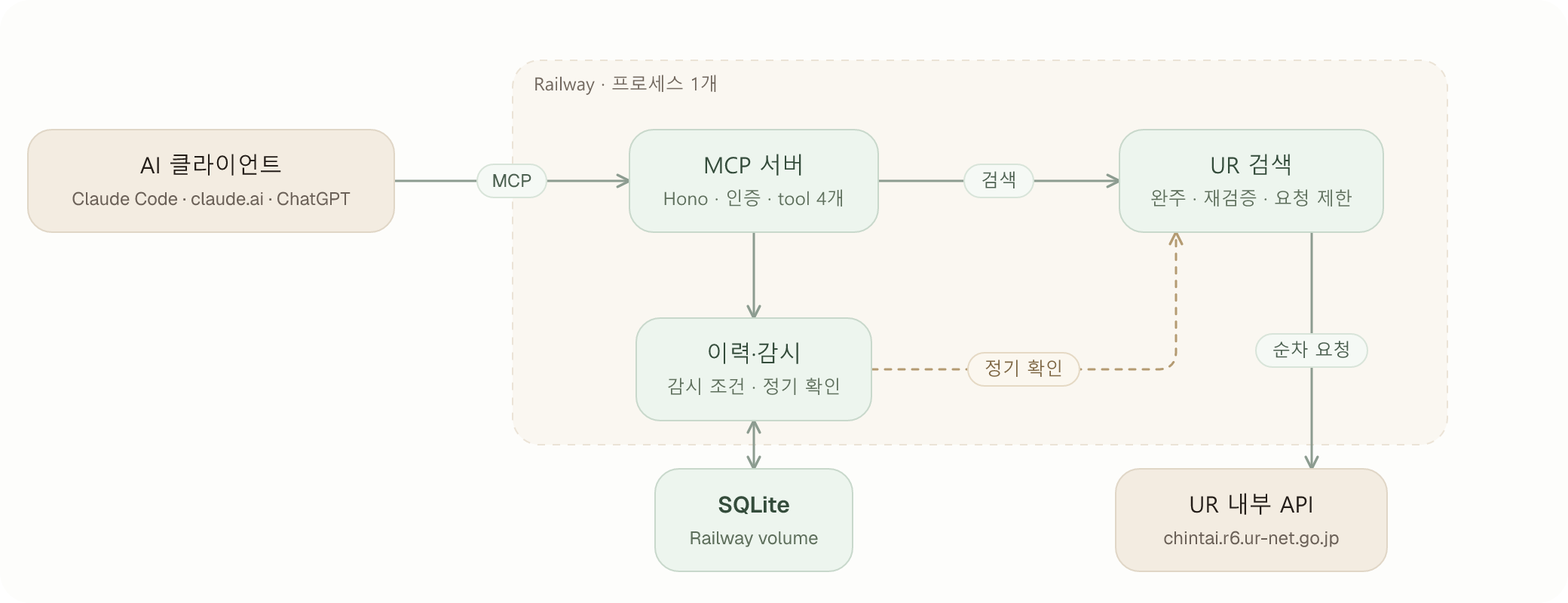
Above: skills/architecture-diagram/examples/from-mermaid/ur-mcp-ko.png in ottuck/diagram-polish (Mermaid), before the change. Its source is kept beside it as skills/architecture-diagram/examples/from-mermaid/ur-mcp-ko.mmd. Its diagram source:
```mermaid
flowchart TB
  cc["Claude Code<br/>Bearer token"] -->|"POST /mcp"| app
  web["claude.ai · ChatGPT<br/>사람별 비밀 URL"] -->|"POST /mcp/:token"| app
  app["src/app.ts<br/>Hono, 인증, 사람 구분"] --> mcp["src/mcp/<br/>tool 4개, stateless, 카드 UI"]
  mcp --> history["src/history/<br/>이력, 감시 조건, 정기 확인"]
  mcp --> search
  history --> search["src/ur/search.ts<br/>page 완주, 불완전하면 실패, 결과 재검증"]
  history --> db[("SQLite<br/>Railway volume")]
  search --> client["src/ur/client.ts<br/>순차 전송, 간격, 캐시, 휴식·중단"]
  client --> ur["UR 내부 Web API<br/>chintai.r6.ur-net.go.jp"]
```
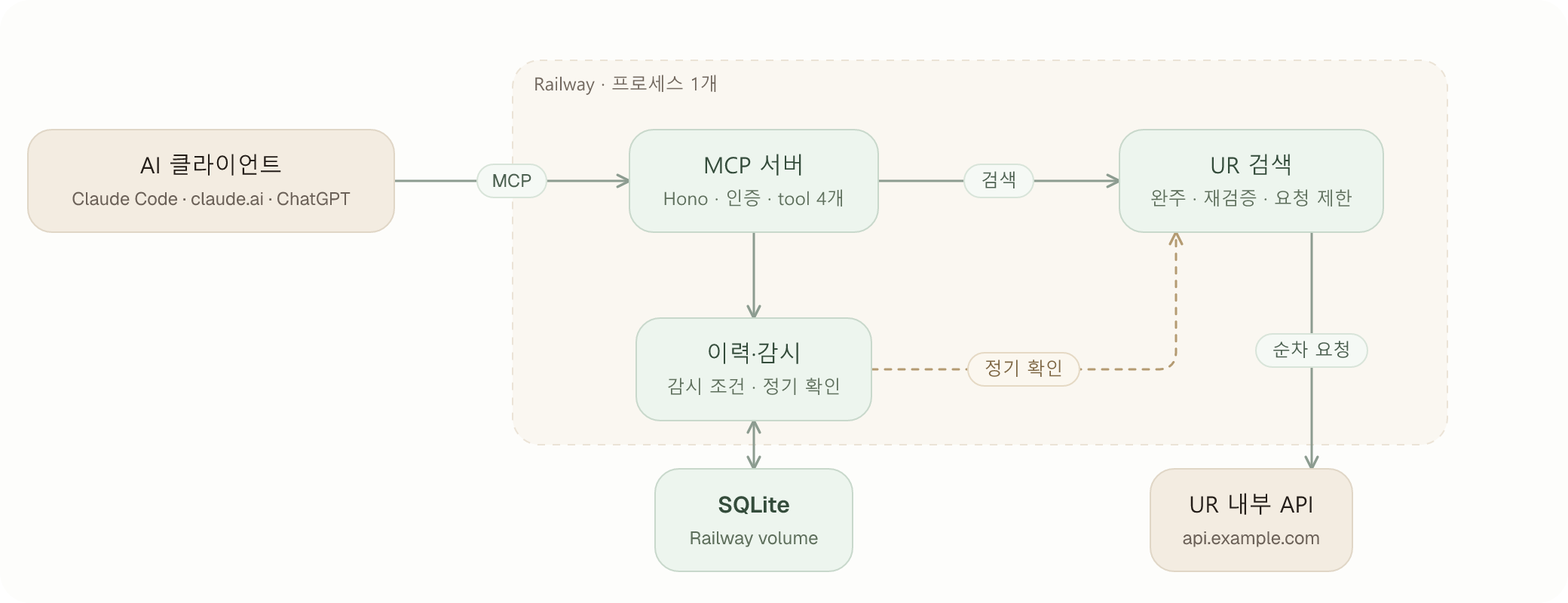
Later version of the same file.

Commit message:
Use an example host name in the Korean Mermaid example

What changed in the source:
```diff
@@ -7,4 +7,4 @@
   history --> search["src/ur/search.ts<br/>page 완주, 불완전하면 실패, 결과 재검증"]
   history --> db[("SQLite<br/>Railway volume")]
   search --> client["src/ur/client.ts<br/>순차 전송, 간격, 캐시, 휴식·중단"]
-  client --> ur["UR 내부 Web API<br/>chintai.r6.ur-net.go.jp"]
+  client --> ur["UR 내부 Web API<br/>api.example.com"]
```
